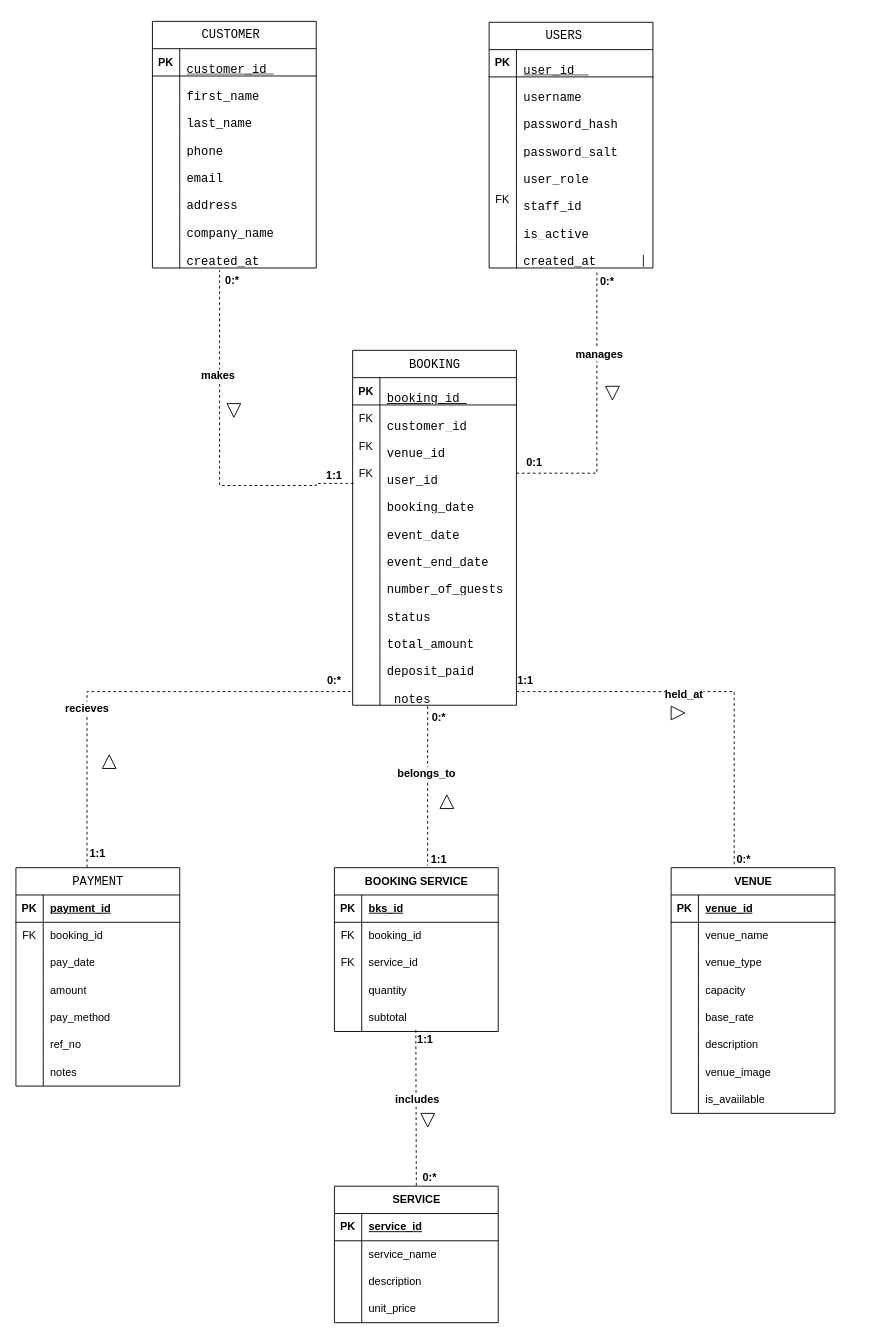
Earlier version of the draw.io diagram project.drawio (balixsulait-alt/Draw.io). Source tidied: cells renumbered, new cells numbered last; positions are measured from the earlier drawing's top-left corner, leaving out a move shared by most shapes. Both pictures are drawn from the tidied source at 91%, with x=0, y=0 at pixel (15, 21).
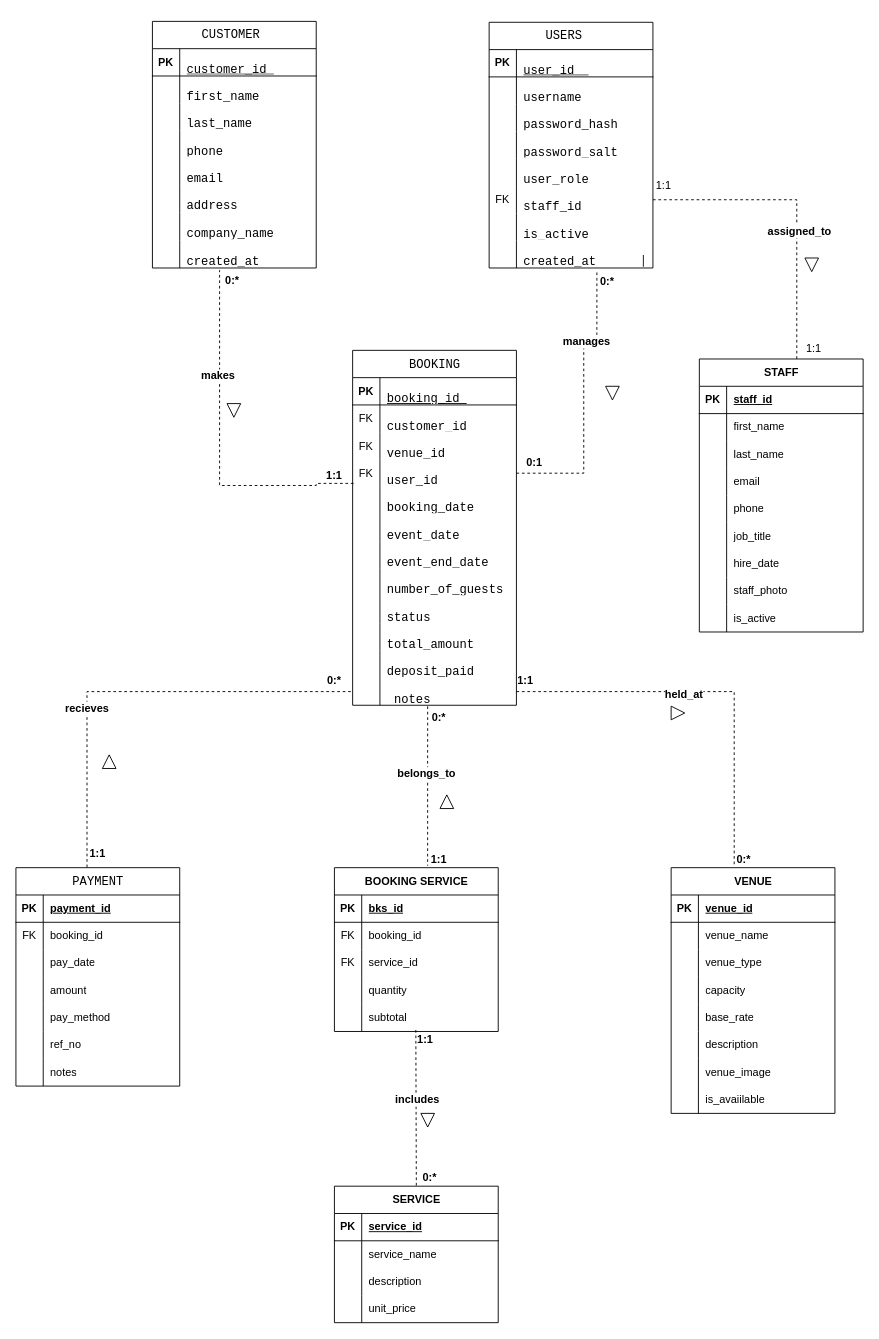
The same page after the edit.

The change refers to these unchanged cells:
```xml
<mxCell id="43" style="shape=tableRow;horizontal=0;startSize=0;swimlaneHead=0;swimlaneBody=0;fillColor=none;points=[[0,0.5],[1,0.5]];portConstraint=eastwest;top=0;left=0;right=0;bottom=0;" parent="27" vertex="1">
  <mxGeometry y="180" width="180" height="30" as="geometry" />
</mxCell>
<mxCell id="49" style="shape=tableRow;horizontal=0;startSize=0;swimlaneHead=0;swimlaneBody=0;fillColor=none;points=[[0,0.5],[1,0.5]];portConstraint=eastwest;top=0;left=0;right=0;bottom=0;" parent="27" vertex="1">
  <mxGeometry y="240" width="180" height="30" as="geometry" />
</mxCell>
<mxCell id="62" style="shape=tableRow;horizontal=0;startSize=0;swimlaneHead=0;swimlaneBody=0;fillColor=none;points=[[0,0.5],[1,0.5]];portConstraint=eastwest;top=0;left=0;right=0;bottom=0;" parent="52" vertex="1">
  <mxGeometry y="120" width="180" height="30" as="geometry" />
</mxCell>
```

Diff of the diagram source:
```diff
@@
     <mxCell id="167" style="endArrow=none;html=1;rounded=0;dashed=1;fontFamily=Helvetica;fontSize=12;fontColor=default;fontStyle=1;entryX=0.658;entryY=1.09;entryDx=0;entryDy=0;entryPerimeter=0;exitX=1;exitY=0.5;exitDx=0;exitDy=0;edgeStyle=orthogonalEdgeStyle;libavoidRouting=1;" parent="1" edge="1" source="62" target="49">
       <mxGeometry relative="1" as="geometry">
         <Array as="points">
-          <mxPoint x="638" y="497" />
+          <mxPoint x="624" y="497" />
+          <mxPoint x="624" y="351" />
+          <mxPoint x="638" y="351" />
         </Array>
       </mxGeometry>
     </mxCell>
@@
+    <mxCell id="195" value="STAFF" style="shape=table;startSize=30;childLayout=tableLayout;rowLines=0;fontStyle=1;align=center;html=1;" parent="1" vertex="1">
+      <mxGeometry x="751" y="371" width="180" height="300" as="geometry" />
+    </mxCell>
+    <mxCell id="196" style="shape=tableRow;horizontal=0;startSize=0;swimlaneHead=0;swimlaneBody=0;fillColor=none;top=0;left=0;right=0;bottom=1;" parent="195" vertex="1">
+      <mxGeometry y="30" width="180" height="30" as="geometry" />
+    </mxCell>
+    <mxCell id="197" value="PK" style="shape=partialRectangle;fillColor=none;top=0;left=0;bottom=0;right=0;fontStyle=1;overflow=hidden;whiteSpace=wrap;html=1;" parent="196" vertex="1">
+      <mxGeometry width="30" height="30" as="geometry" />
+    </mxCell>
+    <mxCell id="198" value="staff_id" style="shape=partialRectangle;fillColor=none;top=0;left=0;bottom=0;right=0;align=left;spacingLeft=6;fontStyle=5;overflow=hidden;whiteSpace=wrap;html=1;" parent="196" vertex="1">
+      <mxGeometry x="30" width="150" height="30" as="geometry" />
+    </mxCell>
+    <mxCell id="199" style="shape=tableRow;horizontal=0;startSize=0;swimlaneHead=0;swimlaneBody=0;fillColor=none;top=0;left=0;right=0;bottom=0;" parent="195" vertex="1">
+      <mxGeometry y="60" width="180" height="30" as="geometry" />
+    </mxCell>
+    <mxCell id="200" style="shape=partialRectangle;fillColor=none;top=0;left=0;bottom=0;right=0;overflow=hidden;whiteSpace=wrap;html=1;" parent="199" vertex="1">
+      <mxGeometry width="30" height="30" as="geometry" />
+    </mxCell>
+    <mxCell id="201" value="first_name" style="shape=partialRectangle;fillColor=none;top=0;left=0;bottom=0;right=0;align=left;spacingLeft=6;overflow=hidden;whiteSpace=wrap;html=1;" parent="199" vertex="1">
+      <mxGeometry x="30" width="150" height="30" as="geometry" />
+    </mxCell>
+    <mxCell id="202" style="shape=tableRow;horizontal=0;startSize=0;swimlaneHead=0;swimlaneBody=0;fillColor=none;top=0;left=0;right=0;bottom=0;" parent="195" vertex="1">
+      <mxGeometry y="90" width="180" height="30" as="geometry" />
+    </mxCell>
+    <mxCell id="203" style="shape=partialRectangle;fillColor=none;top=0;left=0;bottom=0;right=0;overflow=hidden;whiteSpace=wrap;html=1;" parent="202" vertex="1">
+      <mxGeometry width="30" height="30" as="geometry" />
+    </mxCell>
+    <mxCell id="204" value="last_name" style="shape=partialRectangle;fillColor=none;top=0;left=0;bottom=0;right=0;align=left;spacingLeft=6;overflow=hidden;whiteSpace=wrap;html=1;" parent="202" vertex="1">
+      <mxGeometry x="30" width="150" height="30" as="geometry" />
+    </mxCell>
+    <mxCell id="205" style="shape=tableRow;horizontal=0;startSize=0;swimlaneHead=0;swimlaneBody=0;fillColor=none;top=0;left=0;right=0;bottom=0;" parent="195" vertex="1">
+      <mxGeometry y="120" width="180" height="30" as="geometry" />
+    </mxCell>
+    <mxCell id="206" style="shape=partialRectangle;fillColor=none;top=0;left=0;bottom=0;right=0;overflow=hidden;whiteSpace=wrap;html=1;" parent="205" vertex="1">
+      <mxGeometry width="30" height="30" as="geometry" />
+    </mxCell>
+    <mxCell id="207" value="email" style="shape=partialRectangle;fillColor=none;top=0;left=0;bottom=0;right=0;align=left;spacingLeft=6;overflow=hidden;whiteSpace=wrap;html=1;" parent="205" vertex="1">
+      <mxGeometry x="30" width="150" height="30" as="geometry" />
+    </mxCell>
+    <mxCell id="208" style="shape=tableRow;horizontal=0;startSize=0;swimlaneHead=0;swimlaneBody=0;fillColor=none;top=0;left=0;right=0;bottom=0;" parent="195" vertex="1">
+      <mxGeometry y="150" width="180" height="30" as="geometry" />
+    </mxCell>
+    <mxCell id="209" style="shape=partialRectangle;fillColor=none;top=0;left=0;bottom=0;right=0;overflow=hidden;whiteSpace=wrap;html=1;" parent="208" vertex="1">
+      <mxGeometry width="30" height="30" as="geometry" />
+    </mxCell>
+    <mxCell id="210" value="phone" style="shape=partialRectangle;fillColor=none;top=0;left=0;bottom=0;right=0;align=left;spacingLeft=6;overflow=hidden;whiteSpace=wrap;html=1;" parent="208" vertex="1">
+      <mxGeometry x="30" width="150" height="30" as="geometry" />
+    </mxCell>
+    <mxCell id="211" style="shape=tableRow;horizontal=0;startSize=0;swimlaneHead=0;swimlaneBody=0;fillColor=none;top=0;left=0;right=0;bottom=0;" parent="195" vertex="1">
+      <mxGeometry y="180" width="180" height="30" as="geometry" />
+    </mxCell>
+    <mxCell id="212" style="shape=partialRectangle;fillColor=none;top=0;left=0;bottom=0;right=0;overflow=hidden;whiteSpace=wrap;html=1;" parent="211" vertex="1">
+      <mxGeometry width="30" height="30" as="geometry" />
+    </mxCell>
+    <mxCell id="213" value="job_title" style="shape=partialRectangle;fillColor=none;top=0;left=0;bottom=0;right=0;align=left;spacingLeft=6;overflow=hidden;whiteSpace=wrap;html=1;" parent="211" vertex="1">
+      <mxGeometry x="30" width="150" height="30" as="geometry" />
+    </mxCell>
+    <mxCell id="214" style="shape=tableRow;horizontal=0;startSize=0;swimlaneHead=0;swimlaneBody=0;fillColor=none;top=0;left=0;right=0;bottom=0;" parent="195" vertex="1">
+      <mxGeometry y="210" width="180" height="30" as="geometry" />
+    </mxCell>
+    <mxCell id="215" style="shape=partialRectangle;fillColor=none;top=0;left=0;bottom=0;right=0;overflow=hidden;whiteSpace=wrap;html=1;" parent="214" vertex="1">
+      <mxGeometry width="30" height="30" as="geometry" />
+    </mxCell>
+    <mxCell id="216" value="hire_date" style="shape=partialRectangle;fillColor=none;top=0;left=0;bottom=0;right=0;align=left;spacingLeft=6;overflow=hidden;whiteSpace=wrap;html=1;" parent="214" vertex="1">
+      <mxGeometry x="30" width="150" height="30" as="geometry" />
+    </mxCell>
+    <mxCell id="217" style="shape=tableRow;horizontal=0;startSize=0;swimlaneHead=0;swimlaneBody=0;fillColor=none;top=0;left=0;right=0;bottom=0;" parent="195" vertex="1">
+      <mxGeometry y="240" width="180" height="30" as="geometry" />
+    </mxCell>
+    <mxCell id="218" style="shape=partialRectangle;fillColor=none;top=0;left=0;bottom=0;right=0;overflow=hidden;whiteSpace=wrap;html=1;" parent="217" vertex="1">
+      <mxGeometry width="30" height="30" as="geometry" />
+    </mxCell>
+    <mxCell id="219" value="staff_photo" style="shape=partialRectangle;fillColor=none;top=0;left=0;bottom=0;right=0;align=left;spacingLeft=6;overflow=hidden;whiteSpace=wrap;html=1;" parent="217" vertex="1">
+      <mxGeometry x="30" width="150" height="30" as="geometry" />
+    </mxCell>
+    <mxCell id="220" style="shape=tableRow;horizontal=0;startSize=0;swimlaneHead=0;swimlaneBody=0;fillColor=none;top=0;left=0;right=0;bottom=0;" parent="195" vertex="1">
+      <mxGeometry y="270" width="180" height="30" as="geometry" />
+    </mxCell>
+    <mxCell id="221" style="shape=partialRectangle;fillColor=none;top=0;left=0;bottom=0;right=0;overflow=hidden;whiteSpace=wrap;html=1;" parent="220" vertex="1">
+      <mxGeometry width="30" height="30" as="geometry" />
+    </mxCell>
+    <mxCell id="222" value="is_active" style="shape=partialRectangle;fillColor=none;top=0;left=0;bottom=0;right=0;align=left;spacingLeft=6;overflow=hidden;whiteSpace=wrap;html=1;" parent="220" vertex="1">
+      <mxGeometry x="30" width="150" height="30" as="geometry" />
+    </mxCell>
+    <mxCell id="223" style="endArrow=none;html=1;rounded=0;dashed=1;fontFamily=Helvetica;fontSize=12;fontColor=default;fontStyle=1;exitX=1;exitY=0.5;exitDx=0;exitDy=0;entryX=0.595;entryY=0.001;entryDx=0;entryDy=0;entryPerimeter=0;edgeStyle=orthogonalEdgeStyle;libavoidRouting=1;" parent="1" edge="1" source="43" target="195">
+      <mxGeometry relative="1" as="geometry">
+        <Array as="points">
+          <mxPoint x="858" y="196" />
+        </Array>
+      </mxGeometry>
+    </mxCell>
+    <mxCell id="224" value="assigned_to" style="edgeLabel;html=1;align=center;verticalAlign=middle;fontFamily=Helvetica;fontSize=12;fontColor=default;fontStyle=1;" parent="223" vertex="1">
+      <mxGeometry x="0.15" y="2" relative="1" as="geometry">
+        <mxPoint y="1" as="offset" />
+      </mxGeometry>
+    </mxCell>
+    <mxCell id="225" value="1:1" style="text;html=1;whiteSpace=wrap;strokeColor=none;fillColor=none;align=center;verticalAlign=middle;rounded=0;" parent="1" vertex="1">
+      <mxGeometry x="682" y="166" width="60" height="30" as="geometry" />
+    </mxCell>
+    <mxCell id="226" value="1:1" style="text;html=1;whiteSpace=wrap;strokeColor=none;fillColor=none;align=center;verticalAlign=middle;rounded=0;" parent="1" vertex="1">
+      <mxGeometry x="847" y="345" width="60" height="30" as="geometry" />
+    </mxCell>
+    <mxCell id="227" style="triangle;whiteSpace=wrap;html=1;shapeInside=1;strokeColor=default;align=center;verticalAlign=middle;fontFamily=Helvetica;fontSize=12;fontColor=default;fontStyle=1;fillColor=default;rotation=90;" parent="1" vertex="1">
+      <mxGeometry x="867" y="260" width="15" height="15" as="geometry" />
+    </mxCell>
```
